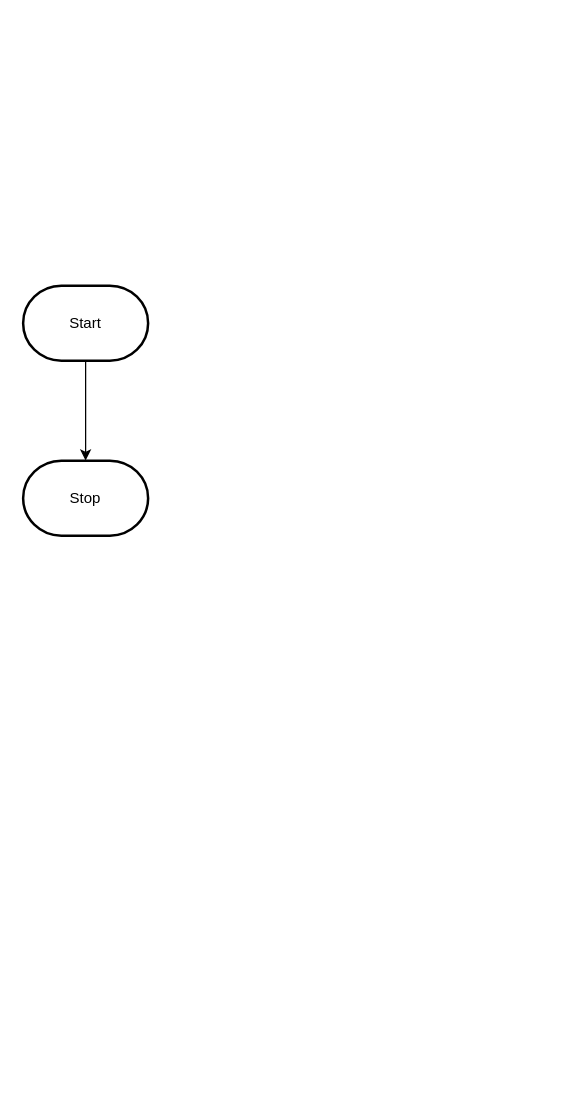
MTHS-ICD2O-1-2023/ICD2O-Unit-5-03-tymofii-stepanov keeps this draw.io diagram as design/flowchart.drawio. Above is the earlier version. Source tidied: cells renumbered, new cells numbered last; positions are measured from the earlier drawing's top-left corner, leaving out a move shared by most shapes. Both pictures are drawn from the tidied source at 125%, with x=0, y=0 at pixel (22, 285).
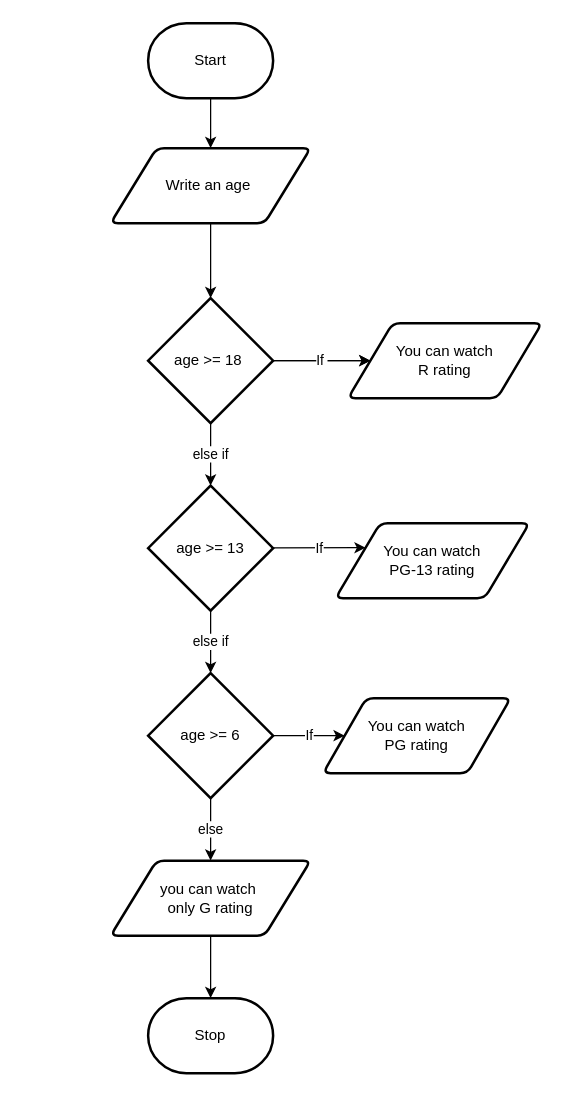
After the change.

Diff of the diagram source:
```diff
@@
-    <mxCell id="2" style="edgeStyle=orthogonalEdgeStyle;html=1;rounded=0;" parent="1" edge="1" source="3" target="4">
-      <mxGeometry relative="1" as="geometry" />
-    </mxCell>
+    <mxCell id="5" style="edgeStyle=none;html=1;entryX=0.5;entryY=0;entryDx=0;entryDy=0;" parent="1" edge="1" source="3" target="2">
+      <mxGeometry relative="1" as="geometry" />
+    </mxCell>
     <mxCell id="3" value="Start" style="strokeWidth=2;html=1;shape=mxgraph.flowchart.terminator;whiteSpace=wrap;" parent="1" vertex="1">
-      <mxGeometry width="100" height="60" as="geometry" />
+      <mxGeometry x="100" y="-210" width="100" height="60" as="geometry" />
     </mxCell>
     <mxCell id="4" value="Stop" style="strokeWidth=2;html=1;shape=mxgraph.flowchart.terminator;whiteSpace=wrap;" parent="1" vertex="1">
-      <mxGeometry y="140" width="100" height="60" as="geometry" />
+      <mxGeometry x="100" y="570" width="100" height="60" as="geometry" />
     </mxCell>
+    <mxCell id="6" style="edgeStyle=none;html=1;entryX=0.5;entryY=0;entryDx=0;entryDy=0;entryPerimeter=0;" parent="1" edge="1" source="2" target="10">
+      <mxGeometry relative="1" as="geometry" />
+    </mxCell>
+    <mxCell id="2" value="Write an age&amp;nbsp;" style="shape=parallelogram;html=1;strokeWidth=2;perimeter=parallelogramPerimeter;whiteSpace=wrap;rounded=1;arcSize=12;size=0.23;" parent="1" vertex="1">
+      <mxGeometry x="70" y="-110" width="160" height="60" as="geometry" />
+    </mxCell>
+    <mxCell id="7" style="edgeStyle=none;html=1;entryX=0;entryY=0.5;entryDx=0;entryDy=0;" parent="1" edge="1" source="10" target="11">
+      <mxGeometry relative="1" as="geometry" />
+    </mxCell>
+    <mxCell id="8" value="If&amp;nbsp;" style="edgeStyle=none;html=1;" parent="1" edge="1" source="10" target="11">
+      <mxGeometry relative="1" as="geometry" />
+    </mxCell>
+    <mxCell id="9" value="else if" style="edgeStyle=none;html=1;entryX=0.5;entryY=0;entryDx=0;entryDy=0;entryPerimeter=0;" parent="1" edge="1" source="10" target="14">
+      <mxGeometry relative="1" as="geometry" />
+    </mxCell>
+    <mxCell id="10" value="age &amp;gt;= 18&amp;nbsp;" style="strokeWidth=2;html=1;shape=mxgraph.flowchart.decision;whiteSpace=wrap;" parent="1" vertex="1">
+      <mxGeometry x="100" y="10" width="100" height="100" as="geometry" />
+    </mxCell>
+    <mxCell id="11" value="You can watch&lt;br&gt;R rating" style="shape=parallelogram;html=1;strokeWidth=2;perimeter=parallelogramPerimeter;whiteSpace=wrap;rounded=1;arcSize=12;size=0.23;" parent="1" vertex="1">
+      <mxGeometry x="260" y="30" width="155" height="60" as="geometry" />
+    </mxCell>
+    <mxCell id="12" value="If" style="edgeStyle=none;html=1;entryX=0;entryY=0.25;entryDx=0;entryDy=0;" parent="1" edge="1" source="14" target="15">
+      <mxGeometry relative="1" as="geometry" />
+    </mxCell>
+    <mxCell id="13" value="else if" style="edgeStyle=none;html=1;entryX=0.5;entryY=0;entryDx=0;entryDy=0;entryPerimeter=0;" parent="1" edge="1" source="14" target="18">
+      <mxGeometry relative="1" as="geometry" />
+    </mxCell>
+    <mxCell id="14" value="age &amp;gt;= 13" style="strokeWidth=2;html=1;shape=mxgraph.flowchart.decision;whiteSpace=wrap;" parent="1" vertex="1">
+      <mxGeometry x="100" y="160" width="100" height="100" as="geometry" />
+    </mxCell>
+    <mxCell id="15" value="You can watch&lt;br&gt;PG-13 rating" style="shape=parallelogram;html=1;strokeWidth=2;perimeter=parallelogramPerimeter;whiteSpace=wrap;rounded=1;arcSize=12;size=0.23;" parent="1" vertex="1">
+      <mxGeometry x="250" y="190" width="155" height="60" as="geometry" />
+    </mxCell>
+    <mxCell id="16" value="If" style="edgeStyle=none;html=1;" parent="1" edge="1" source="18" target="19">
+      <mxGeometry relative="1" as="geometry" />
+    </mxCell>
+    <mxCell id="17" value="else" style="edgeStyle=none;html=1;entryX=0.5;entryY=0;entryDx=0;entryDy=0;" parent="1" edge="1" source="18" target="21">
+      <mxGeometry relative="1" as="geometry" />
+    </mxCell>
+    <mxCell id="18" value="age &amp;gt;= 6" style="strokeWidth=2;html=1;shape=mxgraph.flowchart.decision;whiteSpace=wrap;" parent="1" vertex="1">
+      <mxGeometry x="100" y="310" width="100" height="100" as="geometry" />
+    </mxCell>
+    <mxCell id="19" value="You can watch&lt;br&gt;PG rating" style="shape=parallelogram;html=1;strokeWidth=2;perimeter=parallelogramPerimeter;whiteSpace=wrap;rounded=1;arcSize=12;size=0.23;" parent="1" vertex="1">
+      <mxGeometry x="240" y="330" width="150" height="60" as="geometry" />
+    </mxCell>
+    <mxCell id="20" style="edgeStyle=none;html=1;entryX=0.5;entryY=0;entryDx=0;entryDy=0;entryPerimeter=0;" parent="1" edge="1" source="21" target="4">
+      <mxGeometry relative="1" as="geometry" />
+    </mxCell>
+    <mxCell id="21" value="you can watch&amp;nbsp;&lt;br&gt;only G rating" style="shape=parallelogram;html=1;strokeWidth=2;perimeter=parallelogramPerimeter;whiteSpace=wrap;rounded=1;arcSize=12;size=0.23;" parent="1" vertex="1">
+      <mxGeometry x="70" y="460" width="160" height="60" as="geometry" />
+    </mxCell>
```
